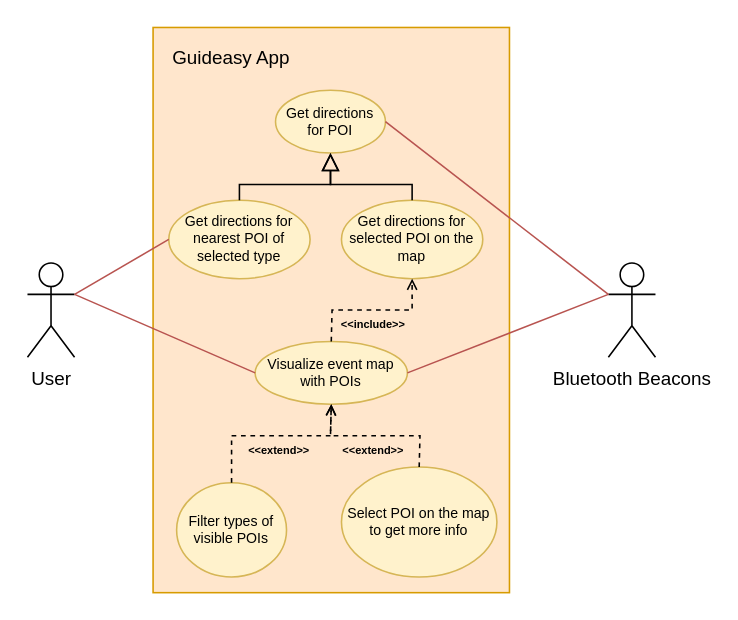
softeng-feup/open-cx-admins keeps this draw.io diagram as docs/guideasy_use_cases.drawio. Above is the earlier version. Source tidied: cells renumbered, new cells numbered last; positions are measured from the earlier drawing's top-left corner, leaving out a move shared by most shapes. Both pictures are drawn from the tidied source at 157%, with x=0, y=0 at pixel (27, 27).
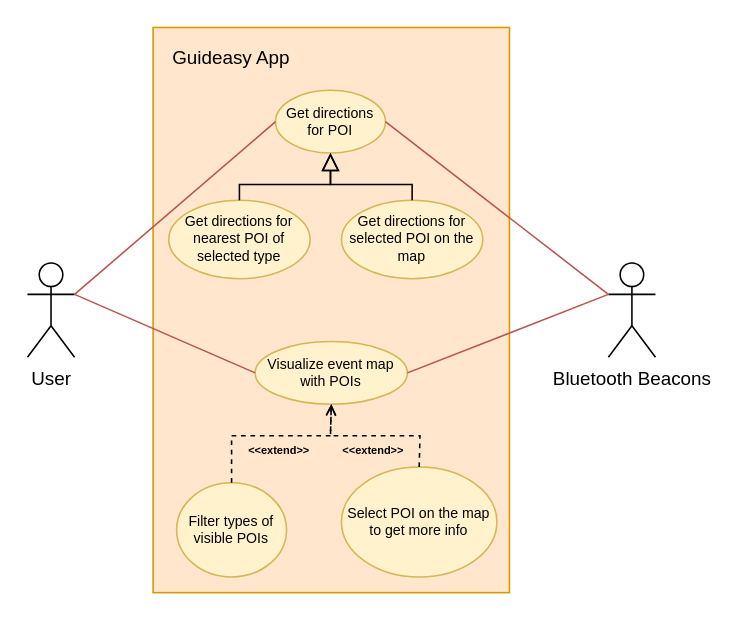
The same page after the edit.

Commit message (it also covers changes not shown here):
Updated use cases diagram

Unchanged cells that the change refers to:
```xml
<mxCell id="2" value="User" style="shape=umlActor;verticalLabelPosition=bottom;labelBackgroundColor=#ffffff;verticalAlign=top;html=1;outlineConnect=0;" parent="1" vertex="1">
  <mxGeometry y="150" width="30" height="60" as="geometry" />
</mxCell>
<mxCell id="4" value="Get directions for nearest POI of selected type" style="ellipse;whiteSpace=wrap;html=1;fontSize=9;fillColor=#fff2cc;strokeColor=#d6b656;" parent="1" vertex="1">
  <mxGeometry x="90" y="110" width="90" height="50" as="geometry" />
</mxCell>
<mxCell id="5" value="Visualize event map with POIs" style="ellipse;whiteSpace=wrap;html=1;fontSize=9;fillColor=#fff2cc;strokeColor=#d6b656;" parent="1" vertex="1">
  <mxGeometry x="145" y="200" width="97" height="40" as="geometry" />
</mxCell>
<mxCell id="6" value="Get directions for POI" style="ellipse;whiteSpace=wrap;html=1;fontSize=9;fillColor=#fff2cc;strokeColor=#d6b656;" parent="1" vertex="1">
  <mxGeometry x="158" y="40" width="70" height="40" as="geometry" />
</mxCell>
<mxCell id="8" value="Get directions for selected POI on the map" style="ellipse;whiteSpace=wrap;html=1;fontSize=9;fillColor=#fff2cc;strokeColor=#d6b656;" parent="1" vertex="1">
  <mxGeometry x="200" y="110" width="90" height="50" as="geometry" />
</mxCell>
```

Diff of the diagram source:
```diff
@@
-    <mxCell id="13" style="endArrow=none;html=1;labelBackgroundColor=none;strokeWidth=1;fontSize=7;entryX=1;entryY=0.3333333333333333;entryDx=0;entryDy=0;entryPerimeter=0;exitX=0;exitY=0.5;exitDx=0;exitDy=0;fontColor=#000000;fillColor=#f8cecc;strokeColor=#b85450;" parent="1" edge="1" source="4" target="2">
+    <mxCell id="13" style="endArrow=none;html=1;labelBackgroundColor=none;strokeWidth=1;fontSize=7;entryX=1;entryY=0.3333333333333333;entryDx=0;entryDy=0;entryPerimeter=0;exitX=0;exitY=0.5;exitDx=0;exitDy=0;fontColor=#000000;fillColor=#f8cecc;strokeColor=#b85450;" parent="1" edge="1" source="6" target="2">
       <mxGeometry relative="1" as="geometry" />
     </mxCell>
@@
-    <mxCell id="17" value="&lt;b&gt;&amp;lt;&amp;lt;include&amp;gt;&amp;gt;&lt;/b&gt;" style="endArrow=open;endSize=5;dashed=1;html=1;strokeWidth=1;fontSize=7;entryX=0.5;entryY=1;entryDx=0;entryDy=0;exitX=0.5;exitY=0;exitDx=0;exitDy=0;rounded=0;labelBackgroundColor=none;" parent="1" edge="1" source="5" target="8">
-      <mxGeometry x="0.01" y="-10" relative="1" as="geometry">
-        <Array as="points">
-          <mxPoint x="194" y="180" />
-          <mxPoint x="245" y="180" />
-        </Array>
-      </mxGeometry>
-    </mxCell>
```
